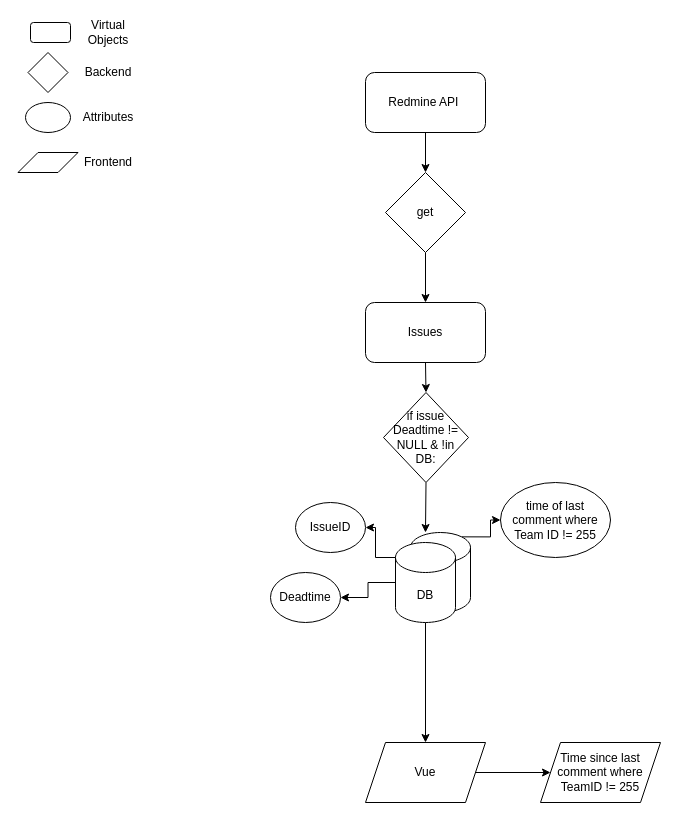
Before: Datenkonzept_TickTrack.drawio in panchord/Draw.io, a draw.io diagram. Source tidied: cells renumbered, new cells numbered last; positions are measured from the earlier drawing's top-left corner, leaving out a move shared by most shapes. Both pictures are drawn from the tidied source at 100%, with x=0, y=0 at pixel (18, 17).
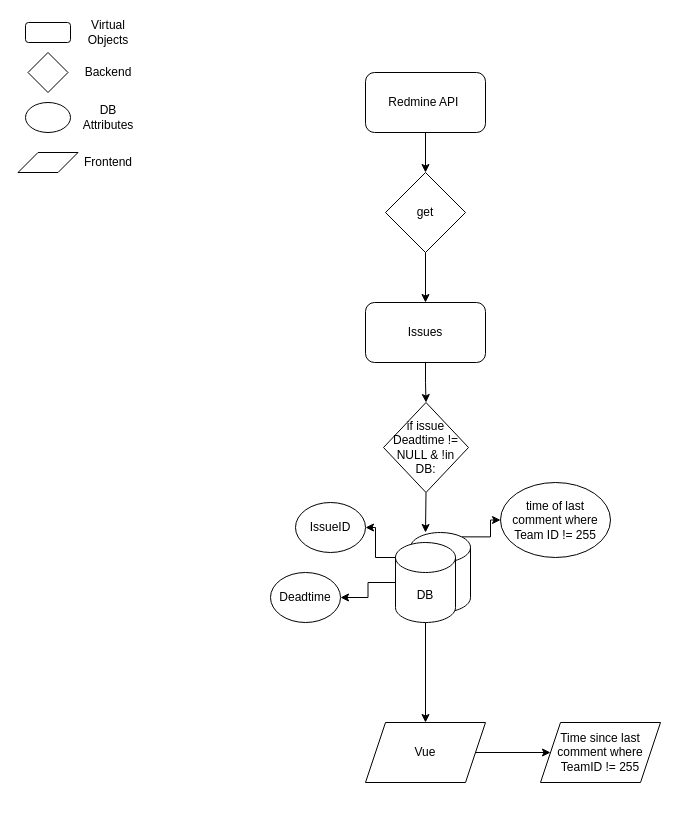
Above is the later version.

Diff of the diagram source:
```diff
@@
     <mxCell id="9" value="if issue Deadtime !=&lt;div&gt;NULL &amp;amp; !in&lt;/div&gt;&lt;div&gt;DB:&lt;/div&gt;" style="rhombus;whiteSpace=wrap;html=1;" parent="1" vertex="1">
-      <mxGeometry x="365" y="375" width="85" height="90" as="geometry" />
+      <mxGeometry x="365" y="385" width="85" height="90" as="geometry" />
     </mxCell>
@@
     <mxCell id="20" value="Vue" style="shape=parallelogram;perimeter=parallelogramPerimeter;whiteSpace=wrap;html=1;fixedSize=1;" parent="1" vertex="1">
-      <mxGeometry x="347" y="725" width="120" height="60" as="geometry" />
+      <mxGeometry x="347" y="705" width="120" height="60" as="geometry" />
     </mxCell>
     <mxCell id="21" value="Time since last comment where TeamID != 255" style="shape=parallelogram;perimeter=parallelogramPerimeter;whiteSpace=wrap;html=1;fixedSize=1;" parent="1" vertex="1">
-      <mxGeometry x="522" y="725" width="120" height="60" as="geometry" />
+      <mxGeometry x="522" y="705" width="120" height="60" as="geometry" />
     </mxCell>
     <mxCell id="22" style="rounded=1;whiteSpace=wrap;html=1;" parent="1" vertex="1">
-      <mxGeometry x="12" y="5" width="40" height="20" as="geometry" />
+      <mxGeometry x="7" y="5" width="45" height="20" as="geometry" />
     </mxCell>
@@
-    <mxCell id="27" value="Attributes" style="text;html=1;align=center;verticalAlign=middle;whiteSpace=wrap;rounded=0;" parent="1" vertex="1">
+    <mxCell id="27" value="DB Attributes" style="text;html=1;align=center;verticalAlign=middle;whiteSpace=wrap;rounded=0;" parent="1" vertex="1">
       <mxGeometry x="59.5" y="85" width="60" height="30" as="geometry" />
     </mxCell>
```
